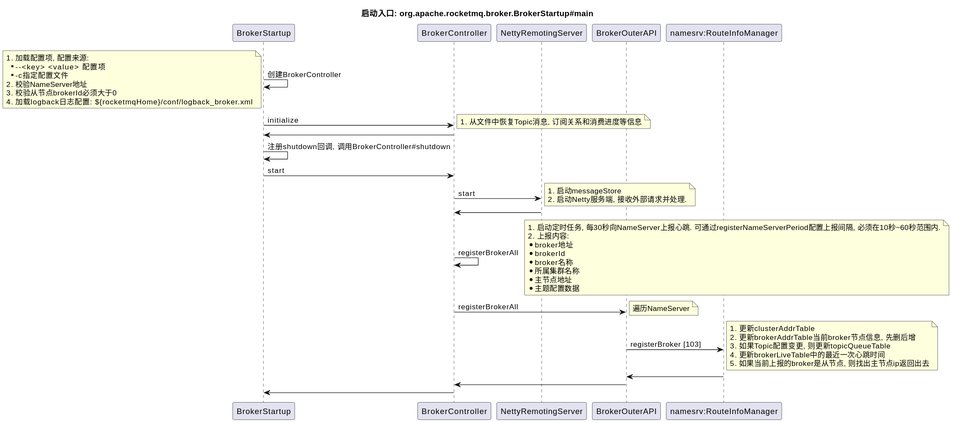
Before: BrokerStartup.svg, a diagram exported from PlantUML (jjyyjjyy/cafebabe). Its source is kept beside it as charts/rocketmq/BrokerStartup.puml.
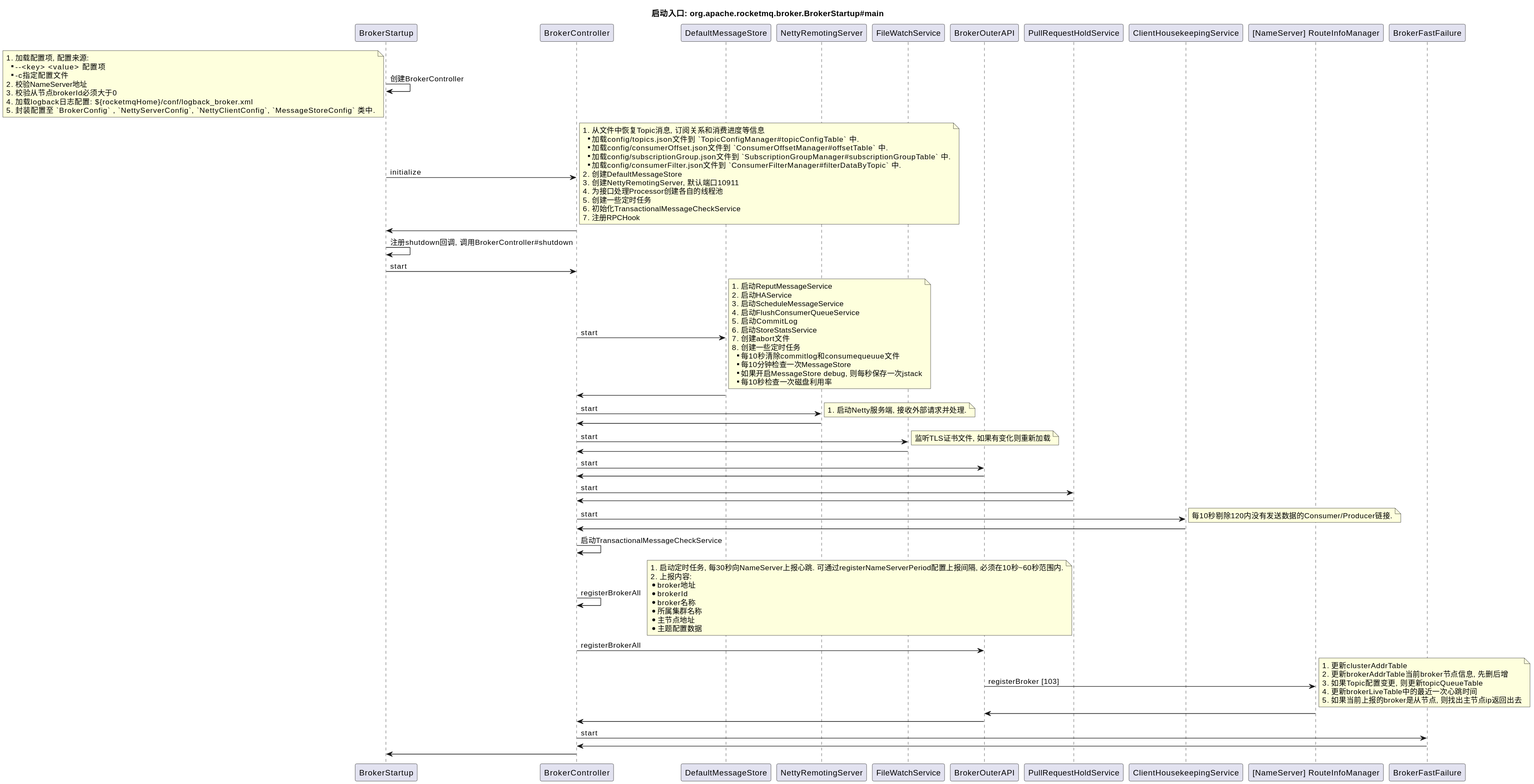
The same file after the commit.

Diff of the diagram source:
```diff
@@ -10,11 +10,22 @@
 # 校验NameServer地址
 # 校验从节点brokerId必须大于0
 # 加载logback日志配置: ${rocketmqHome}/conf/logback_broker.xml
+# 封装配置至 `BrokerConfig` , `NettyServerConfig`, `NettyClientConfig`, `MessageStoreConfig` 类中.
 end note
 
 BrokerStartup -> BrokerController : initialize
 note right
 # 从文件中恢复Topic消息, 订阅关系和消费进度等信息
+** 加载config/topics.json文件到 `TopicConfigManager#topicConfigTable` 中.
+** 加载config/consumerOffset.json文件到 `ConsumerOffsetManager#offsetTable` 中.
+** 加载config/subscriptionGroup.json文件到 `SubscriptionGroupManager#subscriptionGroupTable` 中.
+** 加载config/consumerFilter.json文件到 `ConsumerFilterManager#filterDataByTopic` 中.
+# 创建DefaultMessageStore
+# 创建NettyRemotingServer, 默认端口10911
+# 为接口处理Processor创建各自的线程池
+# 创建一些定时任务
+# 初始化TransactionalMessageCheckService
+# 注册RPCHook
 end note
 
 BrokerController -> BrokerStartup
@@ -22,13 +33,48 @@
 
 BrokerStartup -> BrokerController : start
 
+BrokerController -> DefaultMessageStore : start
+note right
+# 启动ReputMessageService
+# 启动HAService
+# 启动ScheduleMessageService
+# 启动FlushConsumerQueueService
+# 启动CommitLog
+# 启动StoreStatsService
+# 创建abort文件
+# 创建一些定时任务
+** 每10秒清除commitlog和consumequeuue文件
+** 每10分钟检查一次MessageStore
+** 如果开启MessageStore debug, 则每秒保存一次jstack
+** 每10秒检查一次磁盘利用率
+end note
+DefaultMessageStore -> BrokerController
+
 BrokerController -> NettyRemotingServer : start
 note right
-# 启动messageStore
 # 启动Netty服务端, 接收外部请求并处理.
 end note
+NettyRemotingServer -> BrokerController
 
-NettyRemotingServer -> BrokerController
+BrokerController -> FileWatchService : start
+note right
+监听TLS证书文件, 如果有变化则重新加载
+end note
+FileWatchService -> BrokerController
+
+BrokerController -> BrokerOuterAPI : start
+BrokerOuterAPI -> BrokerController
+
+BrokerController -> PullRequestHoldService : start
+PullRequestHoldService -> BrokerController
+
+BrokerController -> ClientHousekeepingService : start
+note right
+每10秒剔除120内没有发送数据的Consumer/Producer链接.
+end note
+ClientHousekeepingService -> BrokerController
+
+BrokerController -> BrokerController : 启动TransactionalMessageCheckService
 BrokerController -> BrokerController : registerBrokerAll
 note right
 # 启动定时任务, 每30秒向NameServer上报心跳. 可通过registerNameServerPeriod配置上报间隔, 必须在10秒~60秒范围内.
@@ -40,9 +86,9 @@
 * 主节点地址
 * 主题配置数据
 end note
+
 BrokerController -> BrokerOuterAPI : registerBrokerAll
-note right: 遍历NameServer
-BrokerOuterAPI -> "namesrv:RouteInfoManager" : registerBroker [103]
+BrokerOuterAPI -> "[NameServer] RouteInfoManager" : registerBroker [103]
 note right
 # 更新clusterAddrTable
 # 更新brokerAddrTable当前broker节点信息, 先删后增
@@ -51,8 +97,11 @@
 # 如果当前上报的broker是从节点, 则找出主节点ip返回出去
 end note
 
-"namesrv:RouteInfoManager" -> BrokerOuterAPI
+"[NameServer] RouteInfoManager" -> BrokerOuterAPI
 BrokerOuterAPI -> BrokerController
+
+BrokerController -> BrokerFastFailure : start
+BrokerFastFailure -> BrokerController
 
 BrokerController -> BrokerStartup
 
```
